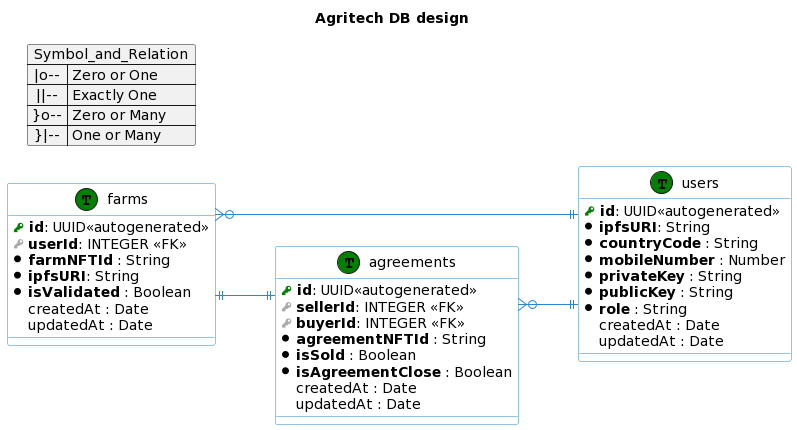
Above: docs/database_design/V1/DB_design.png in swatijindal12/Agritech (PlantUML), before the change.
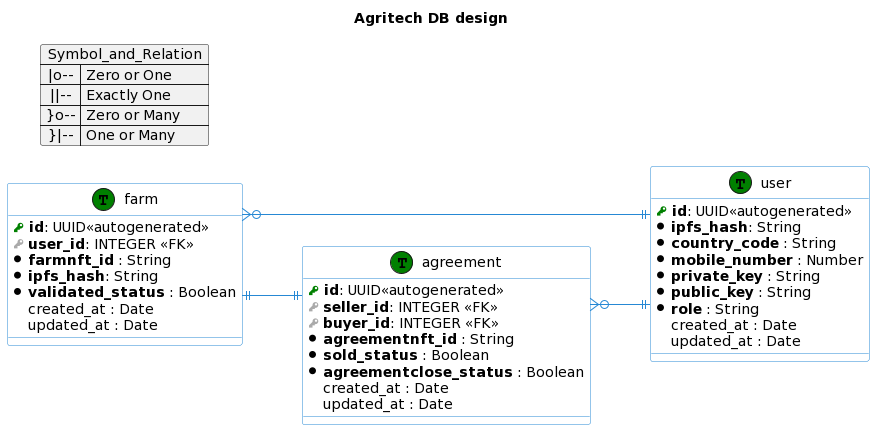
Later version of the same file.

Commit message:
entity name change

Change to the diagram source:
```diff
@@ -1,6 +1,5 @@
 @startuml
 title Agritech DB design
-
 
 left to right direction
 skinparam roundcorner 5
@@ -13,45 +12,43 @@
     BorderColor #2688d4
 }
 
-
 !define primary_key(x) <b><color:green><&key></color> x</b>
 !define foreign_key(x) <color:#aaaaaa><&key></color> **x**
 !define mandatorycolumn(x) <color:black><&media-record></color> **x**
 !define optionalcolumn(x)  <color:white><&media-record></color> x
 !define table(x) entity x << (T, green) >>
 
-
-table( users ) {
+table( user ) {
   primary_key( id ): UUID<<autogenerated>>
-  mandatorycolumn( ipfsURI ): String
-  mandatorycolumn( countryCode ) : String
-  mandatorycolumn( mobileNumber ) : Number
-  mandatorycolumn( privateKey ) : String
-  mandatorycolumn( publicKey ) : String
+  mandatorycolumn( ipfs_hash ): String
+  mandatorycolumn( country_code ) : String
+  mandatorycolumn( mobile_number ) : Number
+  mandatorycolumn( private_key ) : String
+  mandatorycolumn( public_key ) : String
   mandatorycolumn( role ) : String
-  optionalcolumn( createdAt ) : Date
-  optionalcolumn( updatedAt ) : Date
+  optionalcolumn( created_at ) : Date
+  optionalcolumn( updated_at ) : Date
 }
 
-table( agreements ) {
+table( agreement ) {
   primary_key( id ): UUID<<autogenerated>>
-  foreign_key( sellerId ): INTEGER <<FK>>
-  foreign_key( buyerId ): INTEGER <<FK>>
-  mandatorycolumn( agreementNFTId ) : String
-  mandatorycolumn( isSold ) : Boolean
-  mandatorycolumn( isAgreementClose ) : Boolean
-  optionalcolumn( createdAt ) : Date
-  optionalcolumn( updatedAt ) : Date
+  foreign_key( seller_id ): INTEGER <<FK>>
+  foreign_key( buyer_id ): INTEGER <<FK>>
+  mandatorycolumn( agreementnft_id ) : String
+  mandatorycolumn( sold_status ) : Boolean
+  mandatorycolumn( agreementclose_status ) : Boolean
+  optionalcolumn( created_at ) : Date
+  optionalcolumn( updated_at ) : Date
 }
 
-table( farms ) {
+table( farm ) {
   primary_key( id ): UUID<<autogenerated>>
-  foreign_key( userId ): INTEGER <<FK>>
-  mandatorycolumn( farmNFTId ) : String
-  mandatorycolumn( ipfsURI  ): String
-  mandatorycolumn( isValidated ) : Boolean
-  optionalcolumn( createdAt ) : Date
-  optionalcolumn( updatedAt ) : Date
+  foreign_key( user_id ): INTEGER <<FK>>
+  mandatorycolumn( farmnft_id ) : String
+  mandatorycolumn( ipfs_hash  ): String
+  mandatorycolumn( validated_status ) : Boolean
+  optionalcolumn( created_at ) : Date
+  optionalcolumn( updated_at ) : Date
 }
 
 map Symbol_and_Relation {
@@ -61,8 +58,7 @@
  }|-- => One or Many
 }
 
-
-farms }o--|| users
-farms ||--|| agreements
-agreements }o--|| users
+farm }o--|| user
+farm ||--|| agreement
+agreement }o--|| user
 @enduml
```
